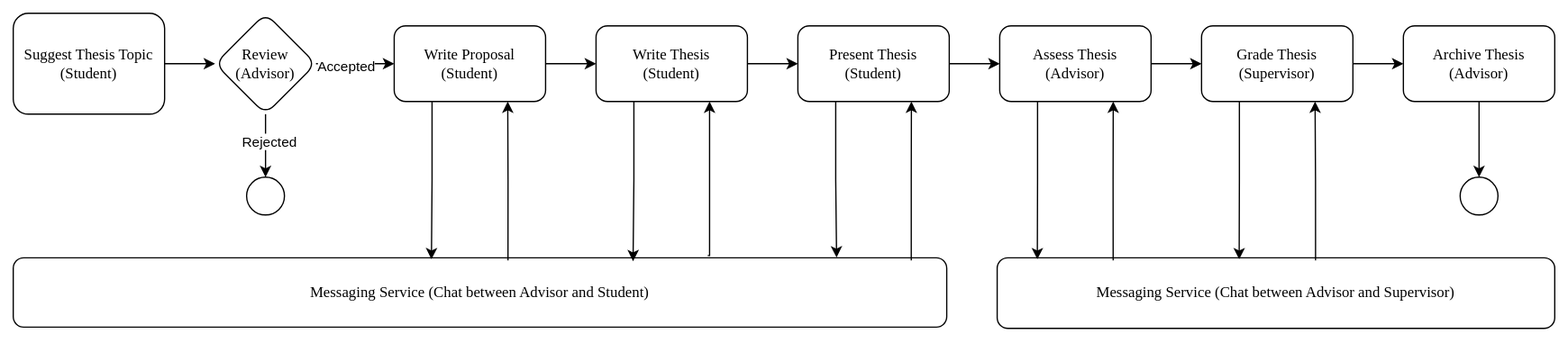
fabian-emilius/bachelor-thesis-charts keeps this draw.io diagram as existing-process.svg. Above is the earlier version. Source tidied: cells renumbered, new cells last; positions are measured from the earlier drawing's top-left corner, leaving out a move shared by most shapes.
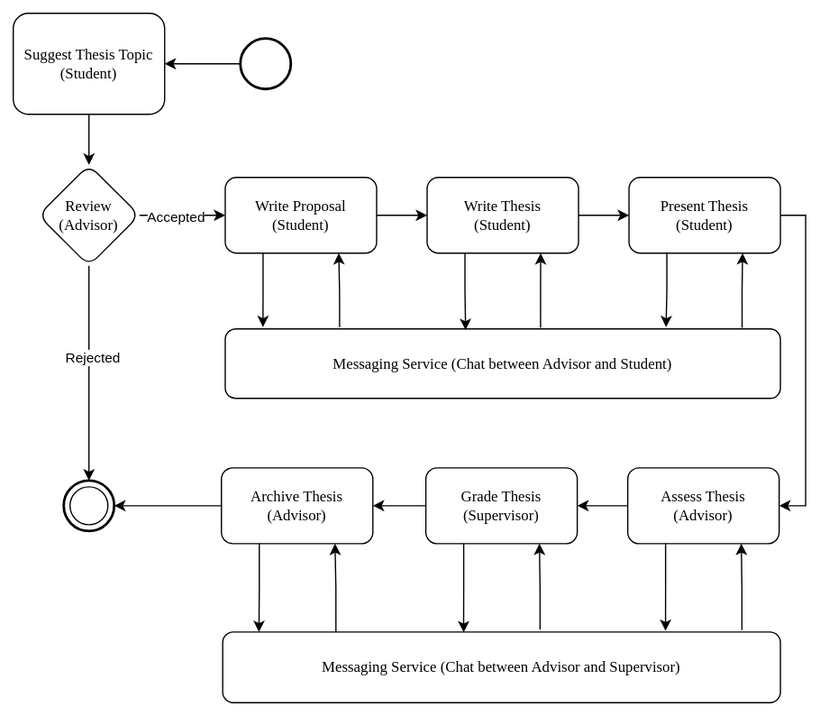
After the change.

Diff of the diagram source:
```diff
@@ -6,12 +6,12 @@
       <mxGeometry relative="1" as="geometry" />
     </mxCell>
     <mxCell id="3" value="Suggest Thesis Topic&lt;div&gt;(Student)&lt;/div&gt;" style="rounded=1;whiteSpace=wrap;html=1;shadow=0;labelBackgroundColor=none;strokeWidth=1;fontFamily=Verdana;fontSize=12;align=center;" parent="1" vertex="1">
-      <mxGeometry width="120" height="80" as="geometry" />
+      <mxGeometry x="134" y="-60" width="120" height="80" as="geometry" />
     </mxCell>
     <mxCell id="4" value="Messaging Service (Chat between Advisor and Student)" style="rounded=1;whiteSpace=wrap;html=1;shadow=0;labelBackgroundColor=none;strokeWidth=1;fontFamily=Verdana;fontSize=12;align=center;" parent="1" vertex="1">
-      <mxGeometry y="194" width="740" height="55" as="geometry" />
+      <mxGeometry x="302" y="190" width="440" height="55" as="geometry" />
     </mxCell>
-    <mxCell id="5" style="edgeStyle=orthogonalEdgeStyle;rounded=0;jettySize=auto;html=1;" parent="1" edge="1" source="9" target="10">
+    <mxCell id="5" style="edgeStyle=orthogonalEdgeStyle;rounded=0;jettySize=auto;html=1;entryX=0.5;entryY=0;entryDx=0;entryDy=0;entryPerimeter=0;" parent="1" edge="1" source="9" target="39">
       <mxGeometry relative="1" as="geometry" />
     </mxCell>
     <mxCell id="6" value="Rejected" style="edgeLabel;html=1;align=center;verticalAlign=middle;" parent="5" vertex="1">
@@ -21,89 +21,99 @@
       <mxGeometry relative="1" as="geometry" />
     </mxCell>
     <mxCell id="8" value="Accepted" style="edgeLabel;html=1;align=center;verticalAlign=middle;" parent="7" vertex="1">
-      <mxGeometry x="-0.23" y="-1" relative="1" as="geometry" />
+      <mxGeometry x="-0.23" y="-1" relative="1" as="geometry">
+        <mxPoint x="2" as="offset" />
+      </mxGeometry>
     </mxCell>
     <mxCell id="9" value="Review&lt;div&gt;(Advisor)&lt;/div&gt;" style="rhombus;whiteSpace=wrap;html=1;fontFamily=Verdana;rounded=1;shadow=0;labelBackgroundColor=none;strokeWidth=1;" parent="1" vertex="1">
-      <mxGeometry x="160" width="80" height="80" as="geometry" />
+      <mxGeometry x="154" y="60" width="80" height="80" as="geometry" />
     </mxCell>
-    <mxCell id="10" style="ellipse;whiteSpace=wrap;html=1;fontFamily=Verdana;rounded=1;shadow=0;labelBackgroundColor=none;strokeWidth=1;" parent="1" vertex="1">
-      <mxGeometry x="185" y="130" width="30" height="30" as="geometry" />
-    </mxCell>
     <mxCell id="11" style="edgeStyle=orthogonalEdgeStyle;rounded=0;jettySize=auto;html=1;" parent="1" edge="1" source="12" target="14">
       <mxGeometry relative="1" as="geometry" />
     </mxCell>
     <mxCell id="12" value="Write Proposal&lt;div&gt;(Student)&lt;/div&gt;" style="whiteSpace=wrap;html=1;fontFamily=Verdana;rounded=1;shadow=0;labelBackgroundColor=none;strokeWidth=1;" parent="1" vertex="1">
-      <mxGeometry x="302" y="10" width="120" height="60" as="geometry" />
+      <mxGeometry x="302" y="70" width="120" height="60" as="geometry" />
     </mxCell>
     <mxCell id="13" style="edgeStyle=orthogonalEdgeStyle;rounded=0;jettySize=auto;html=1;" parent="1" edge="1" source="14" target="16">
       <mxGeometry relative="1" as="geometry" />
     </mxCell>
     <mxCell id="14" value="Write Thesis&lt;div&gt;(Student)&lt;/div&gt;" style="whiteSpace=wrap;html=1;fontFamily=Verdana;rounded=1;shadow=0;labelBackgroundColor=none;strokeWidth=1;" parent="1" vertex="1">
-      <mxGeometry x="462" y="10" width="120" height="60" as="geometry" />
+      <mxGeometry x="462" y="70" width="120" height="60" as="geometry" />
     </mxCell>
-    <mxCell id="15" style="edgeStyle=orthogonalEdgeStyle;rounded=0;jettySize=auto;html=1;" parent="1" edge="1" source="16" target="18">
+    <mxCell id="15" style="edgeStyle=orthogonalEdgeStyle;rounded=0;jettySize=auto;html=1;exitX=1;exitY=0.5;exitDx=0;exitDy=0;entryX=1;entryY=0.5;entryDx=0;entryDy=0;" parent="1" edge="1" source="16" target="18">
       <mxGeometry relative="1" as="geometry" />
     </mxCell>
     <mxCell id="16" value="Present Thesis&lt;div&gt;(Student)&lt;/div&gt;" style="whiteSpace=wrap;html=1;fontFamily=Verdana;rounded=1;shadow=0;labelBackgroundColor=none;strokeWidth=1;" parent="1" vertex="1">
-      <mxGeometry x="622" y="10" width="120" height="60" as="geometry" />
+      <mxGeometry x="622" y="70" width="120" height="60" as="geometry" />
     </mxCell>
-    <mxCell id="17" style="edgeStyle=orthogonalEdgeStyle;rounded=0;jettySize=auto;html=1;" parent="1" edge="1" source="18" target="20">
+    <mxCell id="17" style="edgeStyle=orthogonalEdgeStyle;rounded=0;jettySize=auto;html=1;exitX=0;exitY=0.5;exitDx=0;exitDy=0;entryX=1;entryY=0.5;entryDx=0;entryDy=0;" parent="1" edge="1" source="18" target="20">
       <mxGeometry relative="1" as="geometry" />
     </mxCell>
     <mxCell id="18" value="Assess Thesis&lt;div&gt;(Advisor)&lt;/div&gt;" style="whiteSpace=wrap;html=1;fontFamily=Verdana;rounded=1;shadow=0;labelBackgroundColor=none;strokeWidth=1;" parent="1" vertex="1">
-      <mxGeometry x="782" y="10" width="120" height="60" as="geometry" />
+      <mxGeometry x="621" y="300" width="120" height="60" as="geometry" />
     </mxCell>
-    <mxCell id="19" style="edgeStyle=orthogonalEdgeStyle;rounded=0;jettySize=auto;html=1;" parent="1" edge="1" source="20" target="22">
+    <mxCell id="19" style="edgeStyle=orthogonalEdgeStyle;rounded=0;jettySize=auto;html=1;exitX=0;exitY=0.5;exitDx=0;exitDy=0;entryX=1;entryY=0.5;entryDx=0;entryDy=0;" parent="1" edge="1" source="20" target="22">
       <mxGeometry relative="1" as="geometry" />
     </mxCell>
     <mxCell id="20" value="Grade Thesis&lt;div&gt;(Supervisor)&lt;/div&gt;" style="whiteSpace=wrap;html=1;fontFamily=Verdana;rounded=1;shadow=0;labelBackgroundColor=none;strokeWidth=1;" parent="1" vertex="1">
-      <mxGeometry x="942" y="10" width="120" height="60" as="geometry" />
+      <mxGeometry x="461" y="300" width="120" height="60" as="geometry" />
     </mxCell>
-    <mxCell id="21" style="edgeStyle=orthogonalEdgeStyle;rounded=0;jettySize=auto;html=1;" parent="1" edge="1" source="22" target="24">
+    <mxCell id="21" style="edgeStyle=orthogonalEdgeStyle;rounded=0;jettySize=auto;html=1;entryX=1;entryY=0.5;entryDx=0;entryDy=0;entryPerimeter=0;" parent="1" edge="1" source="22" target="39">
       <mxGeometry relative="1" as="geometry" />
     </mxCell>
     <mxCell id="22" value="Archive Thesis&lt;div&gt;(Advisor)&lt;/div&gt;" style="whiteSpace=wrap;html=1;fontFamily=Verdana;rounded=1;shadow=0;labelBackgroundColor=none;strokeWidth=1;" parent="1" vertex="1">
-      <mxGeometry x="1102" y="10" width="120" height="60" as="geometry" />
+      <mxGeometry x="299" y="300" width="120" height="60" as="geometry" />
     </mxCell>
     <mxCell id="23" value="Messaging Service (Chat between Advisor and Supervisor)" style="whiteSpace=wrap;html=1;fontFamily=Verdana;rounded=1;shadow=0;labelBackgroundColor=none;strokeWidth=1;" parent="1" vertex="1">
-      <mxGeometry x="780" y="194" width="442" height="56" as="geometry" />
+      <mxGeometry x="300" y="430" width="442" height="56" as="geometry" />
     </mxCell>
-    <mxCell id="24" style="ellipse;whiteSpace=wrap;html=1;fontFamily=Verdana;rounded=1;shadow=0;labelBackgroundColor=none;strokeWidth=1;" parent="1" vertex="1">
-      <mxGeometry x="1147" y="130" width="30" height="30" as="geometry" />
-    </mxCell>
-    <mxCell id="25" style="edgeStyle=orthogonalEdgeStyle;rounded=0;jettySize=auto;html=1;exitX=0.25;exitY=1;exitDx=0;exitDy=0;entryX=0.448;entryY=0.022;entryDx=0;entryDy=0;entryPerimeter=0;" parent="1" edge="1" source="12" target="4">
+    <mxCell id="25" style="edgeStyle=orthogonalEdgeStyle;rounded=0;jettySize=auto;html=1;exitX=0.25;exitY=1;exitDx=0;exitDy=0;entryX=0.068;entryY=-0.027;entryDx=0;entryDy=0;entryPerimeter=0;" parent="1" edge="1" source="12" target="4">
       <mxGeometry relative="1" as="geometry" />
     </mxCell>
-    <mxCell id="26" style="edgeStyle=orthogonalEdgeStyle;rounded=0;jettySize=auto;html=1;exitX=0.53;exitY=0.036;exitDx=0;exitDy=0;entryX=0.75;entryY=1;entryDx=0;entryDy=0;exitPerimeter=0;" parent="1" edge="1" source="4" target="12">
+    <mxCell id="26" style="edgeStyle=orthogonalEdgeStyle;rounded=0;jettySize=auto;html=1;exitX=0.206;exitY=-0.027;exitDx=0;exitDy=0;entryX=0.75;entryY=1;entryDx=0;entryDy=0;exitPerimeter=0;" parent="1" edge="1" source="4" target="12">
       <mxGeometry relative="1" as="geometry" />
     </mxCell>
-    <mxCell id="27" style="edgeStyle=orthogonalEdgeStyle;rounded=0;jettySize=auto;html=1;exitX=0.25;exitY=1;exitDx=0;exitDy=0;entryX=0.664;entryY=0.049;entryDx=0;entryDy=0;entryPerimeter=0;" parent="1" edge="1" source="14" target="4">
+    <mxCell id="27" style="edgeStyle=orthogonalEdgeStyle;rounded=0;jettySize=auto;html=1;exitX=0.25;exitY=1;exitDx=0;exitDy=0;entryX=0.433;entryY=0.017;entryDx=0;entryDy=0;entryPerimeter=0;" parent="1" edge="1" source="14" target="4">
       <mxGeometry relative="1" as="geometry" />
     </mxCell>
-    <mxCell id="28" style="edgeStyle=orthogonalEdgeStyle;rounded=0;jettySize=auto;html=1;exitX=0.744;exitY=-0.032;exitDx=0;exitDy=0;entryX=0.75;entryY=1;entryDx=0;entryDy=0;exitPerimeter=0;" parent="1" edge="1" source="4" target="14">
-      <mxGeometry relative="1" as="geometry">
-        <Array as="points">
-          <mxPoint x="552" y="192" />
-        </Array>
-      </mxGeometry>
+    <mxCell id="28" style="edgeStyle=orthogonalEdgeStyle;rounded=0;jettySize=auto;html=1;exitX=0.568;exitY=-0.016;exitDx=0;exitDy=0;entryX=0.75;entryY=1;entryDx=0;entryDy=0;exitPerimeter=0;" parent="1" edge="1" source="4" target="14">
+      <mxGeometry relative="1" as="geometry" />
     </mxCell>
-    <mxCell id="29" style="edgeStyle=orthogonalEdgeStyle;rounded=0;jettySize=auto;html=1;exitX=0.25;exitY=1;exitDx=0;exitDy=0;entryX=0.882;entryY=-0.005;entryDx=0;entryDy=0;entryPerimeter=0;" parent="1" edge="1" source="16" target="4">
+    <mxCell id="29" style="edgeStyle=orthogonalEdgeStyle;rounded=0;jettySize=auto;html=1;exitX=0.25;exitY=1;exitDx=0;exitDy=0;entryX=0.794;entryY=-0.027;entryDx=0;entryDy=0;entryPerimeter=0;" parent="1" edge="1" source="16" target="4">
       <mxGeometry relative="1" as="geometry" />
     </mxCell>
-    <mxCell id="30" style="edgeStyle=orthogonalEdgeStyle;rounded=0;jettySize=auto;html=1;exitX=0.962;exitY=0.036;exitDx=0;exitDy=0;entryX=0.75;entryY=1;entryDx=0;entryDy=0;exitPerimeter=0;" parent="1" edge="1" source="4" target="16">
+    <mxCell id="30" style="edgeStyle=orthogonalEdgeStyle;rounded=0;jettySize=auto;html=1;exitX=0.931;exitY=-0.016;exitDx=0;exitDy=0;entryX=0.75;entryY=1;entryDx=0;entryDy=0;exitPerimeter=0;" parent="1" edge="1" source="4" target="16">
       <mxGeometry relative="1" as="geometry" />
     </mxCell>
-    <mxCell id="31" style="edgeStyle=orthogonalEdgeStyle;rounded=0;jettySize=auto;html=1;exitX=0.25;exitY=1;exitDx=0;exitDy=0;entryX=0.072;entryY=0.022;entryDx=0;entryDy=0;entryPerimeter=0;" parent="1" edge="1" source="18" target="23">
+    <mxCell id="31" style="edgeStyle=orthogonalEdgeStyle;rounded=0;jettySize=auto;html=1;exitX=0.25;exitY=1;exitDx=0;exitDy=0;entryX=0.794;entryY=-0.016;entryDx=0;entryDy=0;entryPerimeter=0;" parent="1" edge="1" source="18" target="23">
       <mxGeometry relative="1" as="geometry" />
     </mxCell>
-    <mxCell id="32" style="edgeStyle=orthogonalEdgeStyle;rounded=0;jettySize=auto;html=1;exitX=0.208;exitY=0.035;exitDx=0;exitDy=0;entryX=0.75;entryY=1;entryDx=0;entryDy=0;exitPerimeter=0;" parent="1" edge="1" source="23" target="18">
+    <mxCell id="32" style="edgeStyle=orthogonalEdgeStyle;rounded=0;jettySize=auto;html=1;exitX=0.931;exitY=-0.027;exitDx=0;exitDy=0;entryX=0.75;entryY=1;entryDx=0;entryDy=0;exitPerimeter=0;" parent="1" edge="1" source="23" target="18">
       <mxGeometry relative="1" as="geometry" />
     </mxCell>
-    <mxCell id="33" style="edgeStyle=orthogonalEdgeStyle;rounded=0;jettySize=auto;html=1;exitX=0.25;exitY=1;exitDx=0;exitDy=0;entryX=0.434;entryY=0.022;entryDx=0;entryDy=0;entryPerimeter=0;" parent="1" edge="1" source="20" target="23">
+    <mxCell id="33" style="edgeStyle=orthogonalEdgeStyle;rounded=0;jettySize=auto;html=1;exitX=0.25;exitY=1;exitDx=0;exitDy=0;entryX=0.432;entryY=0.006;entryDx=0;entryDy=0;entryPerimeter=0;" parent="1" edge="1" source="20" target="23">
       <mxGeometry relative="1" as="geometry" />
     </mxCell>
-    <mxCell id="34" style="edgeStyle=orthogonalEdgeStyle;rounded=0;jettySize=auto;html=1;exitX=0.571;exitY=0.035;exitDx=0;exitDy=0;entryX=0.75;entryY=1;entryDx=0;entryDy=0;exitPerimeter=0;" parent="1" edge="1" source="23" target="20">
+    <mxCell id="34" style="edgeStyle=orthogonalEdgeStyle;rounded=0;jettySize=auto;html=1;exitX=0.569;exitY=-0.037;exitDx=0;exitDy=0;entryX=0.75;entryY=1;entryDx=0;entryDy=0;exitPerimeter=0;" parent="1" edge="1" source="23" target="20">
       <mxGeometry relative="1" as="geometry" />
     </mxCell>
+    <mxCell id="35" style="edgeStyle=orthogonalEdgeStyle;rounded=0;jettySize=auto;html=1;exitX=0.25;exitY=1;exitDx=0;exitDy=0;entryX=0.065;entryY=0;entryDx=0;entryDy=0;entryPerimeter=0;" parent="1" edge="1" source="22" target="23">
+      <mxGeometry relative="1" as="geometry" />
+    </mxCell>
+    <mxCell id="36" style="edgeStyle=orthogonalEdgeStyle;rounded=0;jettySize=auto;html=1;exitX=0.203;exitY=0.006;exitDx=0;exitDy=0;entryX=0.75;entryY=1;entryDx=0;entryDy=0;exitPerimeter=0;" parent="1" edge="1" source="23" target="22">
+      <mxGeometry relative="1" as="geometry" />
+    </mxCell>
+    <mxCell id="37" style="edgeStyle=orthogonalEdgeStyle;rounded=0;jettySize=auto;html=1;exitX=0;exitY=0.5;exitDx=0;exitDy=0;exitPerimeter=0;entryX=1;entryY=0.5;entryDx=0;entryDy=0;" parent="1" edge="1" source="38" target="3">
+      <mxGeometry relative="1" as="geometry" />
+    </mxCell>
+    <mxCell id="38" style="strokeWidth=2;html=1;shape=mxgraph.flowchart.start_2;whiteSpace=wrap;" parent="1" vertex="1">
+      <mxGeometry x="314" y="-40" width="40" height="40" as="geometry" />
+    </mxCell>
+    <mxCell id="39" style="strokeWidth=2;html=1;shape=mxgraph.flowchart.start_2;whiteSpace=wrap;" parent="1" vertex="1">
+      <mxGeometry x="174" y="310" width="40" height="40" as="geometry" />
+    </mxCell>
+    <mxCell id="24" style="ellipse;whiteSpace=wrap;html=1;fontFamily=Verdana;rounded=1;shadow=0;labelBackgroundColor=none;strokeWidth=1;" parent="1" vertex="1">
+      <mxGeometry x="179" y="315" width="30" height="30" as="geometry" />
+    </mxCell>
   </root>
 </mxGraphModel>
```
